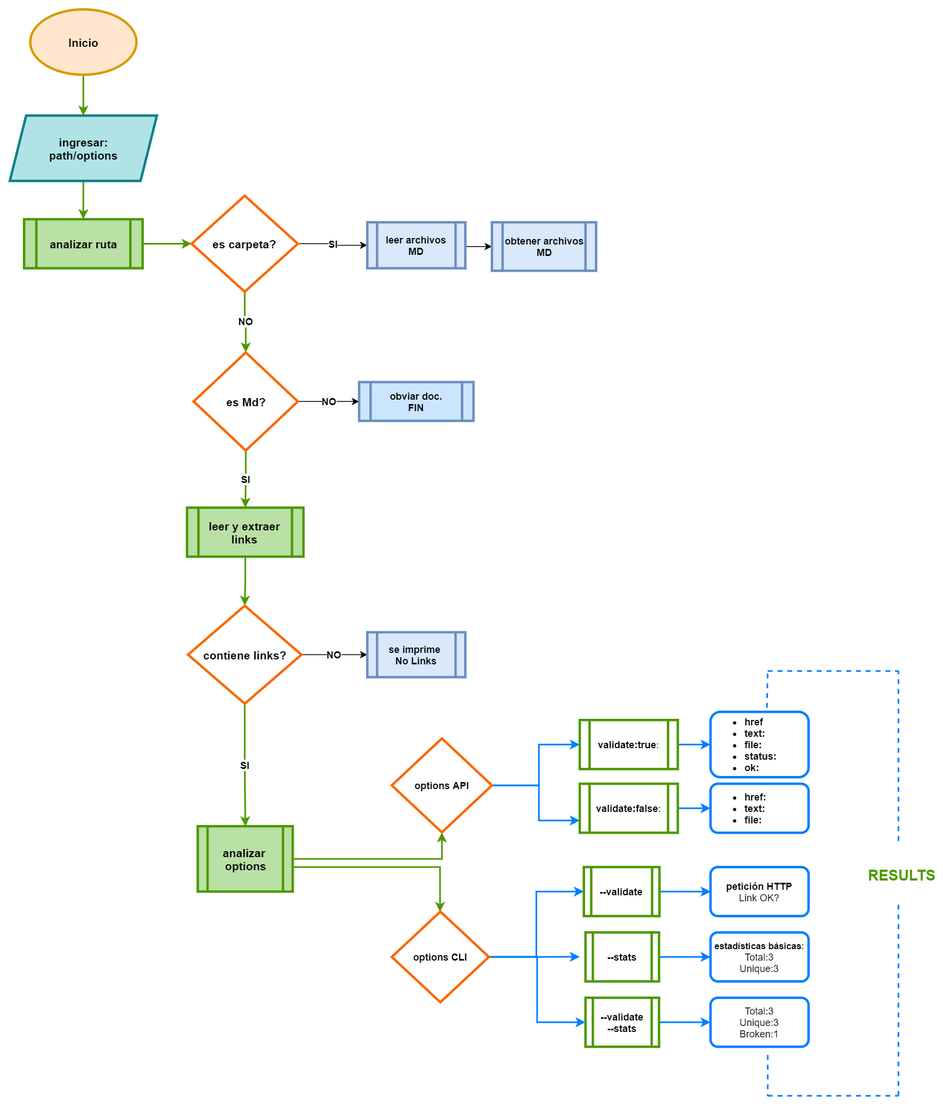
Earlier version of the draw.io export images/diagrama.png (Karinna88/SCL017-md-link). Source tidied: cells renumbered, new cells last; positions are measured from the earlier drawing's top-left corner, leaving out a move shared by most shapes.
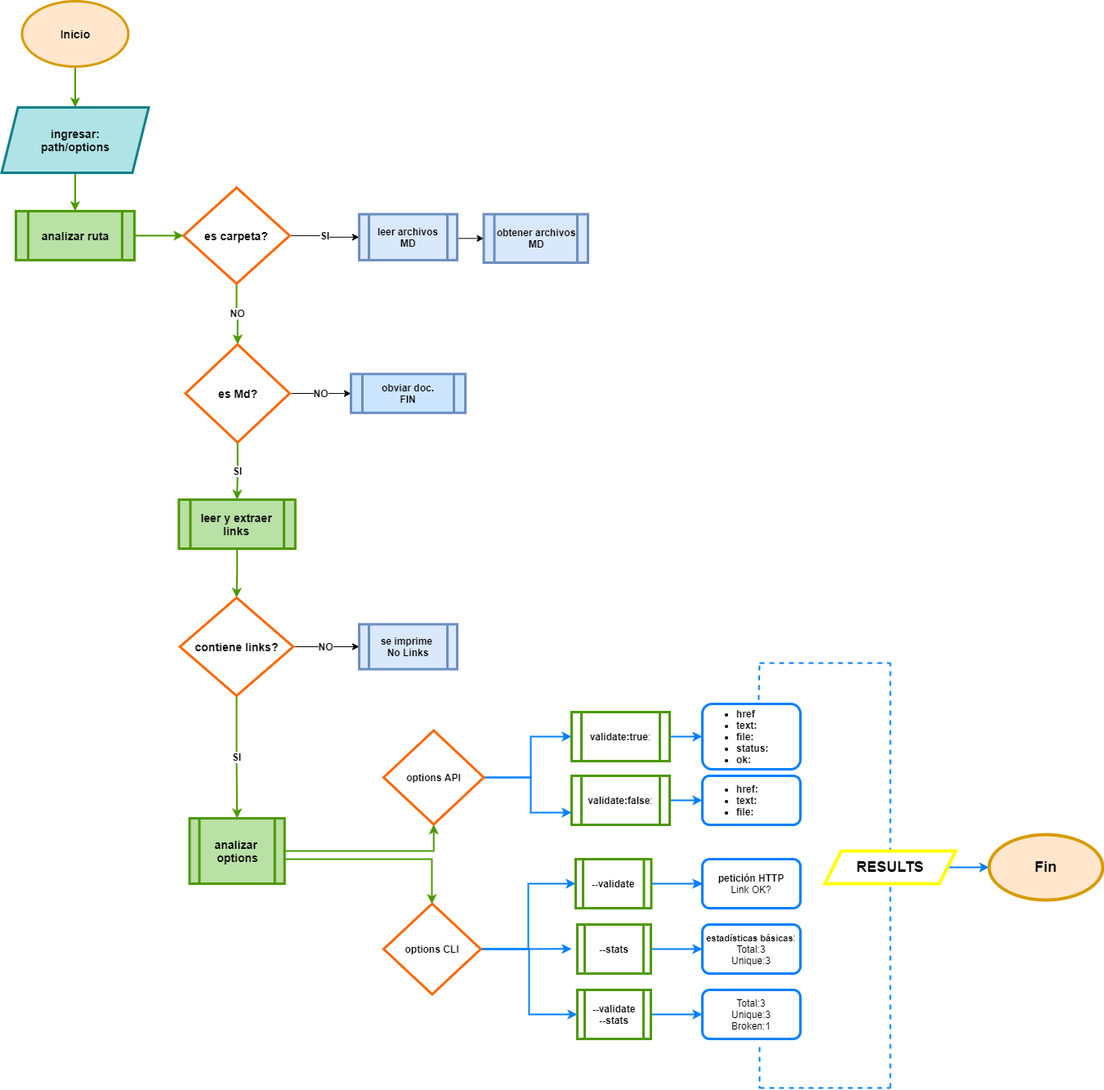
After the change.

Commit message:
avances en el readme.md, configuración del package.json

Change to the diagram source:
```diff
@@ -190,7 +190,7 @@
         </Array>
       </mxGeometry>
     </mxCell>
-    <mxCell id="54" value="&lt;h2&gt;&lt;font color=&quot;#4d9900&quot; style=&quot;font-size: 18px&quot;&gt;&lt;b style=&quot;font-size: 18px&quot;&gt;RESULTS&lt;/b&gt;&lt;/font&gt;&lt;/h2&gt;" style="edgeLabel;html=1;align=center;verticalAlign=middle;fontSize=18;" parent="53" vertex="1">
+    <mxCell id="54" value="&lt;h2&gt;&lt;br&gt;&lt;/h2&gt;" style="edgeLabel;html=1;align=center;verticalAlign=middle;fontSize=18;" parent="53" vertex="1">
       <mxGeometry x="0.05" y="-3" relative="1" as="geometry" />
     </mxCell>
     <mxCell id="55" style="endArrow=none;dashed=1;html=1;fontSize=18;strokeWidth=2;strokeColor=#007FFF;" parent="1" edge="1">
@@ -207,5 +207,14 @@
         <mxPoint x="928" y="810" as="targetPoint" />
       </mxGeometry>
     </mxCell>
+    <mxCell id="57" style="edgeStyle=orthogonalEdgeStyle;rounded=0;jettySize=auto;html=1;exitX=1;exitY=0.5;exitDx=0;exitDy=0;fontSize=18;strokeColor=#007FFF;strokeWidth=2;" parent="1" edge="1" source="58" target="59">
+      <mxGeometry relative="1" as="geometry" />
+    </mxCell>
+    <mxCell id="58" value="&lt;b&gt;RESULTS&lt;/b&gt;" style="shape=parallelogram;perimeter=parallelogramPerimeter;whiteSpace=wrap;html=1;fixedSize=1;fontSize=18;strokeWidth=4;fillColor=#FFFFFF;strokeColor=#FFFF00;gradientColor=#FFFFFF;" parent="1" vertex="1">
+      <mxGeometry x="1008" y="1040" width="160" height="40" as="geometry" />
+    </mxCell>
+    <mxCell id="59" value="Fin" style="ellipse;whiteSpace=wrap;html=1;fontSize=18;strokeColor=#d79b00;strokeWidth=4;fillColor=#ffe6cc;fontStyle=1;" parent="1" vertex="1">
+      <mxGeometry x="1209" y="1020" width="139" height="80" as="geometry" />
+    </mxCell>
   </root>
 </mxGraphModel>
```
